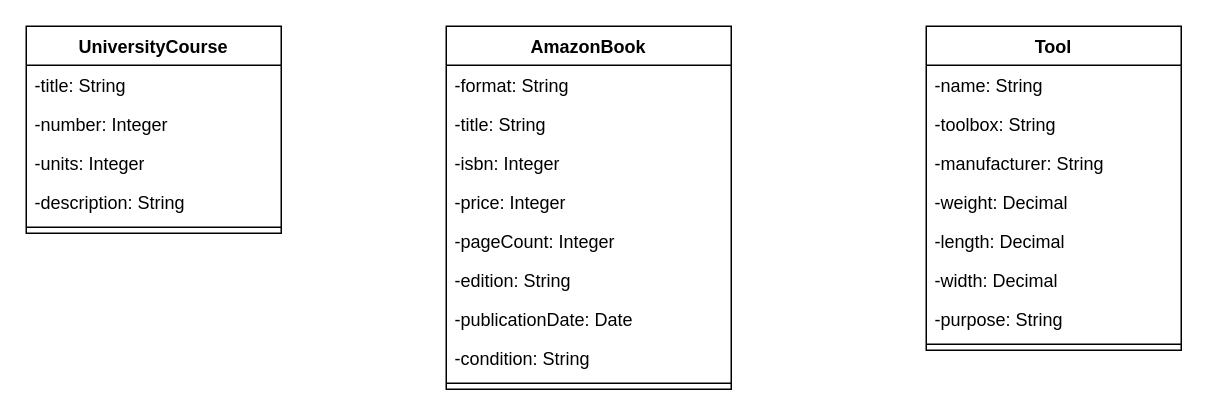
The draw.io diagram Identify & Define Classes & Attributes Cole Hartman.drawio in Cole-Hartman/database-UML, before the edit. Source tidied: cells renumbered, new cells numbered last; positions are measured from the earlier drawing's top-left corner, leaving out a move shared by most shapes. Both pictures are drawn from the tidied source at 150%, with x=0, y=0 at pixel (26, 26).
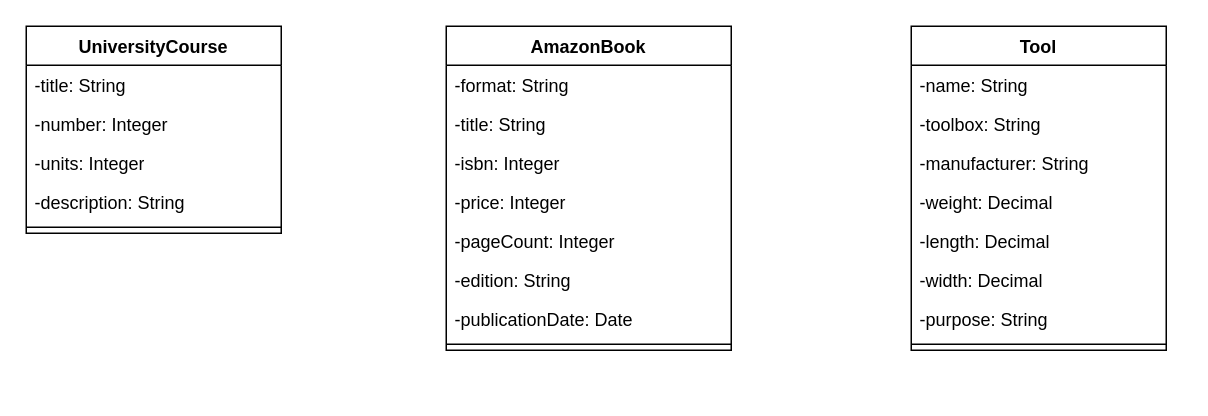
The same diagram, later.

The edit, as a diff of the source:
```diff
@@
     <mxCell id="8" value="AmazonBook" style="swimlane;fontStyle=1;align=center;verticalAlign=top;horizontal=1;startSize=26;whiteSpace=wrap;html=1;" parent="1" vertex="1">
-      <mxGeometry x="280" width="190" height="242" as="geometry" />
+      <mxGeometry x="280" width="190" height="216" as="geometry" />
     </mxCell>
@@
-    <mxCell id="16" value="-condition: String" style="text;strokeColor=none;fillColor=none;align=left;verticalAlign=top;spacingLeft=4;spacingRight=4;overflow=hidden;whiteSpace=wrap;html=1;" parent="8" vertex="1">
-      <mxGeometry y="208" width="190" height="26" as="geometry" />
-    </mxCell>
     <mxCell id="17" style="line;strokeWidth=1;fillColor=none;align=left;verticalAlign=middle;spacingTop=-1;spacingLeft=3;spacingRight=3;labelPosition=right;strokeColor=inherit;" parent="8" vertex="1">
-      <mxGeometry y="234" width="190" height="8" as="geometry" />
+      <mxGeometry y="208" width="190" height="8" as="geometry" />
     </mxCell>
     <mxCell id="18" value="Tool" style="swimlane;fontStyle=1;align=center;verticalAlign=top;horizontal=1;startSize=26;whiteSpace=wrap;html=1;" parent="1" vertex="1">
-      <mxGeometry x="600" width="170" height="216" as="geometry" />
+      <mxGeometry x="590" width="170" height="216" as="geometry" />
     </mxCell>
```
